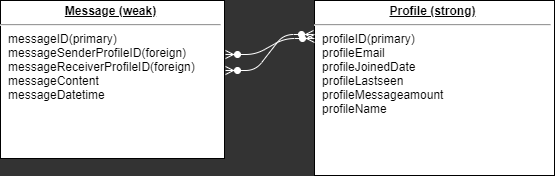
Above: Epic/ERDDiagram.png in GinoVillalpando/data-design (draw.io), before the change. Source tidied: cells renumbered, new cells last; positions are measured from the earlier drawing's top-left corner, leaving out a move shared by most shapes.
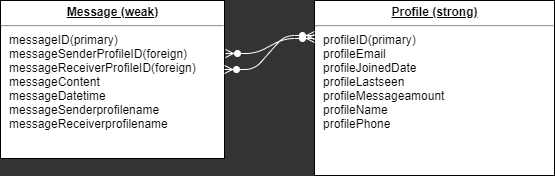
After the change.

Commit message:
removed unnecessary keys and changed ERD relationship

The edit, as a diff of the source:
```diff
@@ -2,10 +2,10 @@
   <root>
     <mxCell id="0" />
     <mxCell id="1" parent="0" />
-    <mxCell id="2" value="&lt;p style=&quot;margin: 0px ; margin-top: 4px ; text-align: center ; text-decoration: underline&quot;&gt;&lt;b&gt;Profile (strong)&lt;/b&gt;&lt;/p&gt;&lt;hr&gt;&lt;p style=&quot;margin: 0px ; margin-left: 8px&quot;&gt;profileID(primary)&lt;/p&gt;&lt;p style=&quot;margin: 0px ; margin-left: 8px&quot;&gt;profileEmail&lt;/p&gt;&lt;p style=&quot;margin: 0px ; margin-left: 8px&quot;&gt;profileJoinedDate&lt;/p&gt;&lt;p style=&quot;margin: 0px ; margin-left: 8px&quot;&gt;profileLastseen&lt;/p&gt;&lt;p style=&quot;margin: 0px 0px 0px 8px&quot;&gt;profileMessageamount&lt;br&gt;&lt;/p&gt;&lt;p style=&quot;margin: 0px ; margin-left: 8px&quot;&gt;profileName&lt;/p&gt;&lt;p style=&quot;margin: 0px ; margin-left: 8px&quot;&gt;&lt;br&gt;&lt;/p&gt;" style="verticalAlign=top;align=left;overflow=fill;fontSize=12;fontFamily=Helvetica;html=1;rounded=0;shadow=0;comic=0;labelBackgroundColor=none;strokeWidth=1;" parent="1" vertex="1">
+    <mxCell id="2" value="&lt;p style=&quot;margin: 0px ; margin-top: 4px ; text-align: center ; text-decoration: underline&quot;&gt;&lt;b&gt;Profile (strong)&lt;/b&gt;&lt;/p&gt;&lt;hr&gt;&lt;p style=&quot;margin: 0px ; margin-left: 8px&quot;&gt;profileID(primary)&lt;/p&gt;&lt;p style=&quot;margin: 0px ; margin-left: 8px&quot;&gt;profileEmail&lt;/p&gt;&lt;p style=&quot;margin: 0px ; margin-left: 8px&quot;&gt;profileJoinedDate&lt;/p&gt;&lt;p style=&quot;margin: 0px ; margin-left: 8px&quot;&gt;profileLastseen&lt;/p&gt;&lt;p style=&quot;margin: 0px 0px 0px 8px&quot;&gt;profileMessageamount&lt;br&gt;&lt;/p&gt;&lt;p style=&quot;margin: 0px ; margin-left: 8px&quot;&gt;profileName&lt;/p&gt;&lt;p style=&quot;margin: 0px ; margin-left: 8px&quot;&gt;profilePhone&lt;/p&gt;&lt;p style=&quot;margin: 0px ; margin-left: 8px&quot;&gt;&lt;br&gt;&lt;/p&gt;" style="verticalAlign=top;align=left;overflow=fill;fontSize=12;fontFamily=Helvetica;html=1;rounded=0;shadow=0;comic=0;labelBackgroundColor=none;strokeWidth=1;" parent="1" vertex="1">
       <mxGeometry x="314" width="240" height="175" as="geometry" />
     </mxCell>
-    <mxCell id="3" value="&lt;p style=&quot;margin: 0px ; margin-top: 4px ; text-align: center ; text-decoration: underline&quot;&gt;&lt;b&gt;Message (weak)&lt;/b&gt;&lt;/p&gt;&lt;hr&gt;&lt;p style=&quot;margin: 0px ; margin-left: 8px&quot;&gt;messageID(primary)&lt;/p&gt;&lt;p style=&quot;margin: 0px ; margin-left: 8px&quot;&gt;&lt;span&gt;messageSenderProfileID(foreign)&lt;/span&gt;&lt;/p&gt;&lt;p style=&quot;margin: 0px ; margin-left: 8px&quot;&gt;&lt;span&gt;messageReceiverProfileID(foreign)&lt;/span&gt;&lt;/p&gt;&lt;p style=&quot;margin: 0px ; margin-left: 8px&quot;&gt;messageContent&lt;/p&gt;&lt;p style=&quot;margin: 0px ; margin-left: 8px&quot;&gt;messageDatetime&lt;/p&gt;&lt;p style=&quot;margin: 0px ; margin-left: 8px&quot;&gt;&lt;br&gt;&lt;/p&gt;" style="verticalAlign=top;align=left;overflow=fill;fontSize=12;fontFamily=Helvetica;html=1;rounded=0;shadow=0;comic=0;labelBackgroundColor=none;strokeWidth=1;" parent="1" vertex="1">
+    <mxCell id="3" value="&lt;p style=&quot;margin: 0px ; margin-top: 4px ; text-align: center ; text-decoration: underline&quot;&gt;&lt;b&gt;Message (weak)&lt;/b&gt;&lt;/p&gt;&lt;hr&gt;&lt;p style=&quot;margin: 0px ; margin-left: 8px&quot;&gt;messageID(primary)&lt;/p&gt;&lt;p style=&quot;margin: 0px ; margin-left: 8px&quot;&gt;&lt;span&gt;messageSenderProfileID(foreign)&lt;/span&gt;&lt;/p&gt;&lt;p style=&quot;margin: 0px ; margin-left: 8px&quot;&gt;&lt;span&gt;messageReceiverProfileID(foreign)&lt;/span&gt;&lt;/p&gt;&lt;p style=&quot;margin: 0px ; margin-left: 8px&quot;&gt;messageContent&lt;/p&gt;&lt;p style=&quot;margin: 0px ; margin-left: 8px&quot;&gt;messageDatetime&lt;/p&gt;&lt;p style=&quot;margin: 0px ; margin-left: 8px&quot;&gt;messageSenderprofilename&lt;/p&gt;&lt;p style=&quot;margin: 0px ; margin-left: 8px&quot;&gt;messageReceiverprofilename&lt;/p&gt;&lt;p style=&quot;margin: 0px ; margin-left: 8px&quot;&gt;&lt;br&gt;&lt;/p&gt;" style="verticalAlign=top;align=left;overflow=fill;fontSize=12;fontFamily=Helvetica;html=1;rounded=0;shadow=0;comic=0;labelBackgroundColor=none;strokeWidth=1;" parent="1" vertex="1">
       <mxGeometry width="224" height="158" as="geometry" />
     </mxCell>
     <mxCell id="4" style="edgeStyle=entityRelationEdgeStyle;fontSize=12;html=1;endArrow=ERzeroToMany;endFill=1;startArrow=ERzeroToMany;strokeColor=#FFFFFF;entryX=0;entryY=0.2;entryDx=0;entryDy=0;exitX=1;exitY=0.437;exitDx=0;exitDy=0;exitPerimeter=0;entryPerimeter=0;" parent="1" edge="1" source="3" target="2">
```
